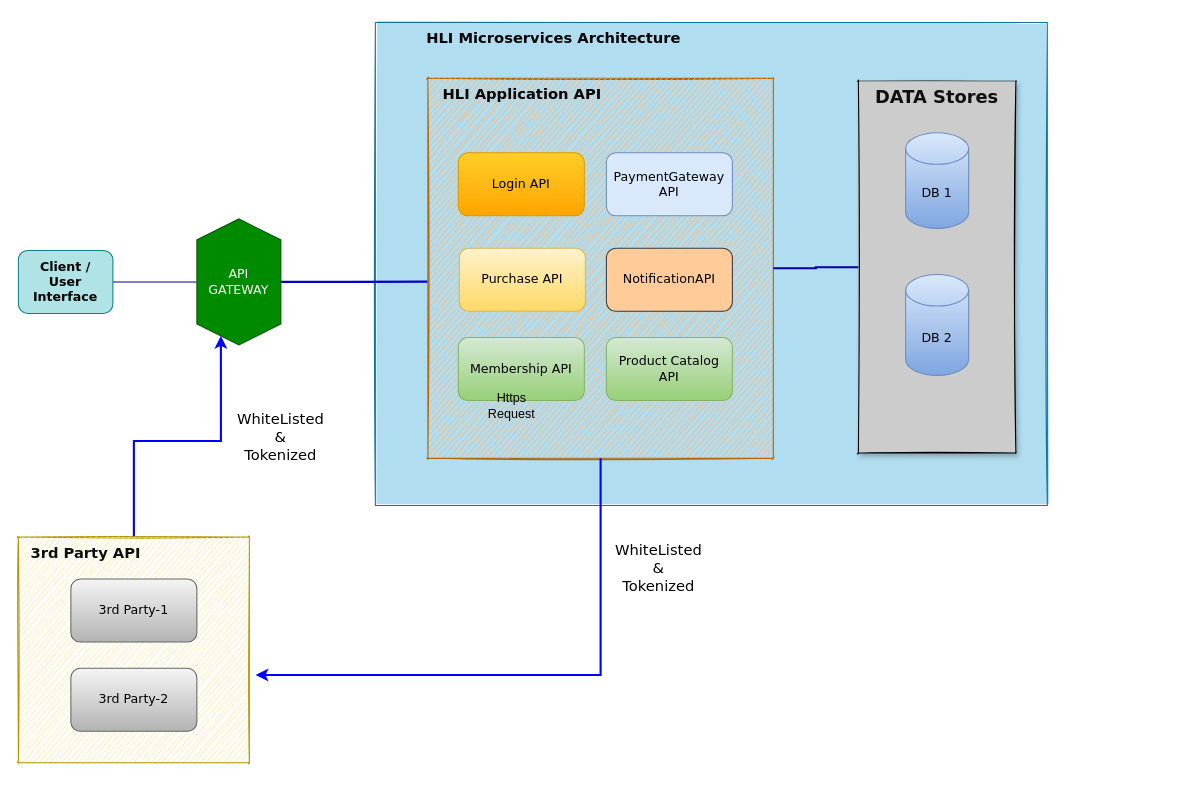
The draw.io diagram page "Microservice Design" (22 of 23) of datapool.drawio in gustianom/datapool, before the edit. Source tidied: cells renumbered, new cells numbered last; positions are measured from the earlier drawing's top-left corner, leaving out a move shared by most shapes. Both pictures are drawn from the tidied source at 105%, with x=0, y=0 at pixel (18, 22).
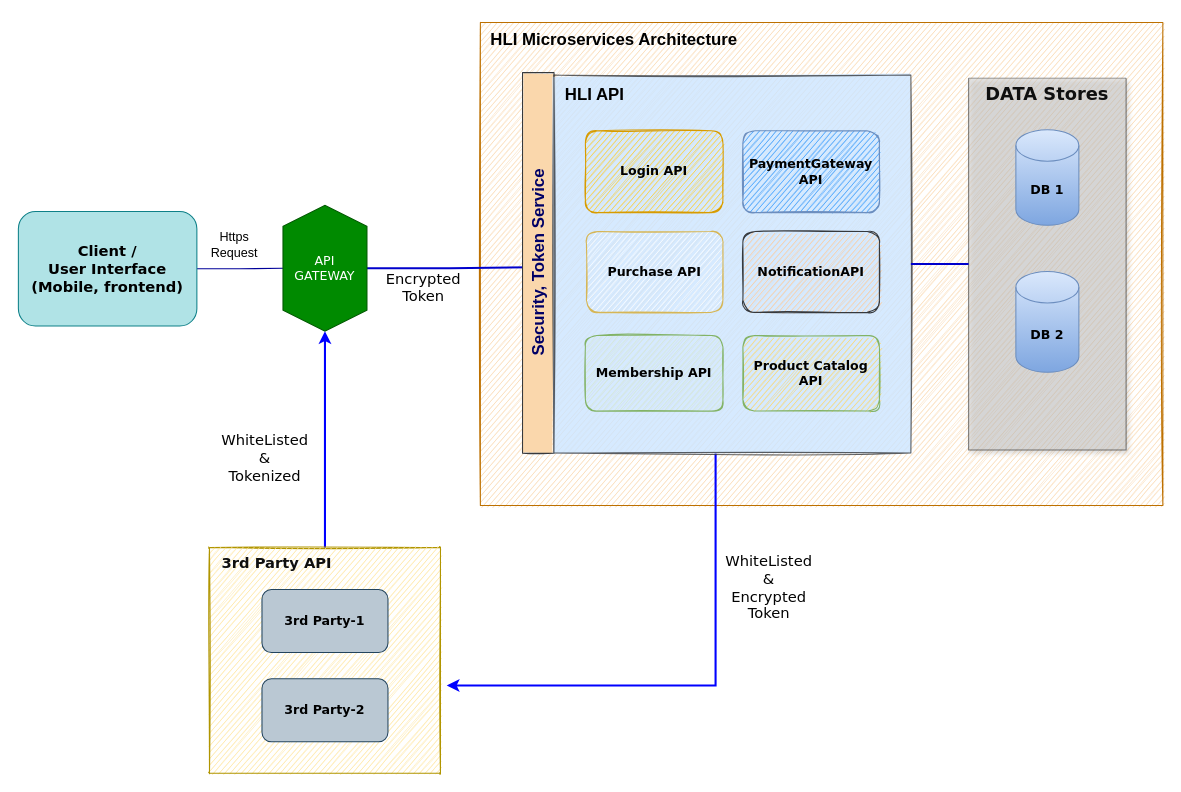
The same page after the edit.

What changed in the source:
```diff
@@
-    <mxCell id="2" style="rounded=0;whiteSpace=wrap;html=1;shadow=0;glass=0;sketch=1;fillStyle=solid;fontFamily=Verdana;fontSize=14;fillColor=#b1ddf0;strokeColor=#10739e;" parent="1" vertex="1">
-      <mxGeometry x="340" width="640" height="460" as="geometry" />
+    <mxCell id="2" style="rounded=0;whiteSpace=wrap;html=1;shadow=0;glass=0;sketch=1;fillStyle=auto;fontFamily=Verdana;fontSize=14;fillColor=#FAD7AC;strokeColor=#BD7000;fontColor=#000000;" parent="1" vertex="1">
+      <mxGeometry x="440" width="650" height="460" as="geometry" />
     </mxCell>
@@
-    <mxCell id="4" value="&lt;div&gt;Client / &lt;br&gt;&lt;/div&gt;&lt;div&gt;User Interface&lt;br&gt;&lt;/div&gt;" style="rounded=1;whiteSpace=wrap;html=1;fillColor=#b0e3e6;strokeColor=#0e8088;fontStyle=1;fontFamily=Verdana;" parent="1" vertex="1">
-      <mxGeometry y="217" width="90" height="60" as="geometry" />
+    <mxCell id="4" value="&lt;div style=&quot;font-size: 14px&quot;&gt;Client / &lt;br style=&quot;font-size: 14px&quot;&gt;&lt;/div&gt;&lt;div style=&quot;font-size: 14px&quot;&gt;User Interface&lt;/div&gt;&lt;div style=&quot;font-size: 14px&quot;&gt;(Mobile, frontend)&lt;/div&gt;" style="rounded=1;whiteSpace=wrap;html=1;fillColor=#b0e3e6;strokeColor=#0e8088;fontStyle=1;fontFamily=Verdana;fontSize=14;" parent="1" vertex="1">
+      <mxGeometry y="180" width="170" height="109" as="geometry" />
     </mxCell>
-    <mxCell id="5" style="edgeStyle=orthogonalEdgeStyle;rounded=0;jettySize=auto;html=1;entryX=0;entryY=0.535;entryDx=0;entryDy=0;entryPerimeter=0;fontFamily=Verdana;startArrow=none;startFill=0;endArrow=none;endFill=0;strokeWidth=2;verticalAlign=top;fillColor=#ffcd28;gradientColor=#ffa500;strokeColor=#0000CC;" parent="1" edge="1" source="6" target="14">
-      <mxGeometry relative="1" as="geometry" />
+    <mxCell id="5" style="edgeStyle=orthogonalEdgeStyle;rounded=0;jettySize=auto;html=1;fontFamily=Verdana;startArrow=none;startFill=0;endArrow=none;endFill=0;strokeWidth=2;verticalAlign=top;fillColor=#ffcd28;gradientColor=#ffa500;strokeColor=#0000CC;" parent="1" edge="1" source="6">
+      <mxGeometry relative="1" as="geometry">
+        <mxPoint x="490" y="233" as="targetPoint" />
+      </mxGeometry>
     </mxCell>
-    <mxCell id="6" value="&lt;div&gt;API &lt;br&gt;&lt;/div&gt;&lt;div&gt;GATEWAY&lt;br&gt;&lt;/div&gt;" style="shape=hexagon;perimeter=hexagonPerimeter2;whiteSpace=wrap;html=1;fixedSize=1;fillColor=#008a00;fontColor=#ffffff;strokeColor=#005700;fontFamily=Verdana;direction=south;" parent="1" vertex="1">
-      <mxGeometry x="170" y="187" width="80" height="120" as="geometry" />
+    <mxCell id="6" value="&lt;div&gt;API &lt;br&gt;&lt;/div&gt;&lt;div&gt;GATEWAY&lt;br&gt;&lt;/div&gt;" style="shape=hexagon;perimeter=hexagonPerimeter2;whiteSpace=wrap;html=1;fixedSize=1;fillColor=#008a00;fontColor=#ffffff;strokeColor=#005700;fontFamily=Verdana;direction=south;sketch=0;" parent="1" vertex="1">
+      <mxGeometry x="252" y="174" width="80" height="120" as="geometry" />
     </mxCell>
-    <mxCell id="7" style="edgeStyle=orthogonalEdgeStyle;rounded=0;jettySize=auto;html=1;entryX=1;entryY=0.75;entryDx=0;entryDy=0;fontFamily=Verdana;fontSize=14;fontColor=#030303;startArrow=none;startFill=0;endArrow=classic;endFill=1;strokeWidth=2;verticalAlign=top;strokeColor=#0000FF;" parent="1" edge="1" source="8" target="6">
+    <mxCell id="7" style="edgeStyle=orthogonalEdgeStyle;rounded=0;jettySize=auto;html=1;entryX=1;entryY=0.5;entryDx=0;entryDy=0;fontFamily=Verdana;fontSize=14;fontColor=#030303;startArrow=none;startFill=0;endArrow=classic;endFill=1;strokeWidth=2;verticalAlign=top;strokeColor=#0000FF;" parent="1" edge="1" source="8" target="6">
       <mxGeometry relative="1" as="geometry" />
     </mxCell>
     <mxCell id="8" value=" " style="swimlane;startSize=0;fontFamily=Verdana;sketch=1;rounded=1;shadow=0;fillColor=#e3c800;fontColor=#000000;strokeColor=#B09500;swimlaneFillColor=#FFE599;" parent="1" vertex="1">
-      <mxGeometry y="490" width="220" height="215" as="geometry" />
+      <mxGeometry x="182" y="500" width="220" height="215" as="geometry" />
     </mxCell>
-    <mxCell id="9" value="3rd Party-1" style="rounded=1;whiteSpace=wrap;html=1;fillColor=#f5f5f5;gradientColor=#b3b3b3;strokeColor=#666666;fontFamily=Verdana;" parent="8" vertex="1">
+    <mxCell id="9" value="3rd Party-1" style="rounded=1;whiteSpace=wrap;html=1;fillColor=#bac8d3;strokeColor=#23445d;fontFamily=Verdana;fontStyle=1;" parent="8" vertex="1">
       <mxGeometry x="50" y="40" width="120" height="60" as="geometry" />
     </mxCell>
-    <mxCell id="10" value="3rd Party-2" style="rounded=1;whiteSpace=wrap;html=1;fillColor=#f5f5f5;gradientColor=#b3b3b3;strokeColor=#666666;fontFamily=Verdana;" parent="8" vertex="1">
+    <mxCell id="10" value="3rd Party-2" style="rounded=1;whiteSpace=wrap;html=1;fillColor=#bac8d3;strokeColor=#23445d;fontFamily=Verdana;fontStyle=1;" parent="8" vertex="1">
       <mxGeometry x="50" y="125" width="120" height="60" as="geometry" />
     </mxCell>
@@
-    <mxCell id="12" style="swimlane;startSize=0;fontFamily=Verdana;fillColor=none;sketch=1;rounded=1;strokeColor=none;fillStyle=hachure;swimlaneFillColor=none;" parent="1" vertex="1">
-      <mxGeometry x="340" width="620" height="450" as="geometry" />
-    </mxCell>
-    <mxCell id="13" value="&lt;font style=&quot;font-size: 14px&quot;&gt;&lt;b&gt;&lt;font style=&quot;font-size: 14px&quot; color=&quot;#030303&quot;&gt;HLI Microservices Architecture&lt;br&gt;&lt;/font&gt;&lt;/b&gt;&lt;/font&gt;" style="text;html=1;strokeColor=none;fillColor=none;align=center;verticalAlign=middle;whiteSpace=wrap;rounded=0;shadow=1;glass=0;sketch=1;fillStyle=solid;fontFamily=Verdana;fontColor=#99FFFF;" parent="12" vertex="1">
-      <mxGeometry x="20" width="300" height="30" as="geometry" />
-    </mxCell>
-    <mxCell id="14" style="swimlane;startSize=0;fontFamily=Verdana;fillColor=#fad7ac;sketch=1;rounded=1;strokeColor=#b46504;swimlaneFillColor=#FFB570;" parent="12" vertex="1">
-      <mxGeometry x="50" y="53" width="329" height="362" as="geometry" />
-    </mxCell>
+    <mxCell id="27" value="WhiteListed &amp;amp; Encrypted Token" style="text;html=1;strokeColor=none;fillColor=none;align=center;verticalAlign=middle;whiteSpace=wrap;rounded=0;shadow=0;glass=0;labelBackgroundColor=none;sketch=0;fillStyle=zigzag;fontFamily=Verdana;fontSize=14;fontColor=#030303;" parent="1" vertex="1">
+      <mxGeometry x="680" y="520" width="70" height="35" as="geometry" />
+    </mxCell>
+    <mxCell id="28" style="edgeStyle=orthogonalEdgeStyle;rounded=0;jettySize=auto;html=1;fontFamily=Verdana;fontSize=14;fontColor=#030303;startArrow=classic;startFill=1;endArrow=none;endFill=0;strokeWidth=2;verticalAlign=top;exitX=1.027;exitY=0.611;exitDx=0;exitDy=0;exitPerimeter=0;strokeColor=#0000FF;entryX=0.453;entryY=1.001;entryDx=0;entryDy=0;entryPerimeter=0;" parent="1" edge="1" source="8" target="33">
+      <mxGeometry relative="1" as="geometry" />
+    </mxCell>
+    <mxCell id="29" value="WhiteListed &amp;amp; Tokenized" style="text;html=1;strokeColor=none;fillColor=none;align=center;verticalAlign=middle;whiteSpace=wrap;rounded=0;shadow=0;glass=0;labelBackgroundColor=none;sketch=0;fillStyle=zigzag;fontFamily=Verdana;fontSize=14;fontColor=#030303;" parent="1" vertex="1">
+      <mxGeometry x="205" y="400" width="60" height="30" as="geometry" />
+    </mxCell>
+    <mxCell id="30" value="Https Request" style="text;html=1;strokeColor=none;fillColor=none;align=center;verticalAlign=middle;whiteSpace=wrap;rounded=0;" parent="1" vertex="1">
+      <mxGeometry x="176" y="197" width="60" height="30" as="geometry" />
+    </mxCell>
+    <mxCell id="31" value="&lt;div&gt;Encrypted&lt;/div&gt;&lt;div&gt;Token&lt;/div&gt;" style="text;html=1;strokeColor=none;fillColor=none;align=center;verticalAlign=middle;whiteSpace=wrap;rounded=0;shadow=0;glass=0;labelBackgroundColor=none;sketch=0;fillStyle=zigzag;fontFamily=Verdana;fontSize=14;fontColor=#030303;" parent="1" vertex="1">
+      <mxGeometry x="356" y="237" width="60" height="30" as="geometry" />
+    </mxCell>
+    <mxCell id="32" value="&lt;div&gt;Security, Token Service&lt;br&gt;&lt;/div&gt;" style="rounded=0;whiteSpace=wrap;html=1;shadow=0;glass=0;sketch=1;fillStyle=solid;fontSize=16;fontColor=#000066;strokeColor=#36393D;fillColor=#FAD7AC;gradientColor=#FAD7AC;align=center;rotation=-90;fontStyle=1;" parent="1" vertex="1">
+      <mxGeometry x="313.9" y="213.9" width="362.5" height="30" as="geometry" />
+    </mxCell>
+    <mxCell id="33" style="rounded=0;whiteSpace=wrap;html=1;shadow=0;glass=0;sketch=1;fillStyle=solid;fontSize=16;strokeColor=#36393D;fillColor=#cce5ff;align=left;rotation=0;opacity=80;" parent="1" vertex="1">
+      <mxGeometry x="510" y="50" width="340" height="360" as="geometry" />
+    </mxCell>
-    <mxCell id="15" value="Login API" style="rounded=1;whiteSpace=wrap;html=1;fillColor=#ffcd28;gradientColor=#ffa500;strokeColor=#d79b00;fontFamily=Verdana;" parent="14" vertex="1">
-      <mxGeometry x="29" y="71" width="120" height="60" as="geometry" />
+    <mxCell id="15" value="Login API" style="rounded=1;whiteSpace=wrap;html=1;fillColor=#ffcd28;strokeColor=#d79b00;fontFamily=Verdana;fontStyle=1;sketch=1;" parent="1" vertex="1">
+      <mxGeometry x="540" y="103" width="131" height="78" as="geometry" />
     </mxCell>
-    <mxCell id="16" value="Purchase API" style="rounded=1;whiteSpace=wrap;html=1;fillColor=#fff2cc;gradientColor=#ffd966;strokeColor=#d6b656;fontFamily=Verdana;" parent="14" vertex="1">
-      <mxGeometry x="30" y="162" width="120" height="60" as="geometry" />
+    <mxCell id="16" value="Purchase API" style="rounded=1;whiteSpace=wrap;html=1;fillColor=default;strokeColor=#d6b656;fontFamily=Verdana;fontStyle=1;sketch=1;fillStyle=hachure;" parent="1" vertex="1">
+      <mxGeometry x="541" y="199" width="130" height="77" as="geometry" />
     </mxCell>
-    <mxCell id="17" value="PaymentGateway API" style="rounded=1;whiteSpace=wrap;html=1;fillColor=#dae8fc;strokeColor=#6c8ebf;fontFamily=Verdana;" parent="14" vertex="1">
-      <mxGeometry x="170" y="71" width="120" height="60" as="geometry" />
+    <mxCell id="17" value="PaymentGateway API" style="rounded=1;whiteSpace=wrap;html=1;fillColor=#3399FF;strokeColor=#6c8ebf;fontFamily=Verdana;fontStyle=1;sketch=1;" parent="1" vertex="1">
+      <mxGeometry x="690" y="103" width="130" height="78" as="geometry" />
     </mxCell>
-    <mxCell id="18" value="Membership API" style="rounded=1;whiteSpace=wrap;html=1;fillColor=#d5e8d4;gradientColor=#97d077;strokeColor=#82b366;fontFamily=Verdana;" parent="14" vertex="1">
-      <mxGeometry x="29" y="247" width="120" height="60" as="geometry" />
+    <mxCell id="18" value="Membership API" style="rounded=1;whiteSpace=wrap;html=1;fillColor=#d5e8d4;strokeColor=#82b366;fontFamily=Verdana;fontStyle=1;sketch=1;" parent="1" vertex="1">
+      <mxGeometry x="540" y="298" width="131" height="72" as="geometry" />
     </mxCell>
-    <mxCell id="19" value="&lt;font style=&quot;font-size: 14px&quot;&gt;&lt;b&gt;&lt;font style=&quot;font-size: 14px&quot; color=&quot;#030303&quot;&gt;HLI Application API&lt;br&gt;&lt;/font&gt;&lt;/b&gt;&lt;/font&gt;" style="text;html=1;strokeColor=none;fillColor=none;align=center;verticalAlign=middle;whiteSpace=wrap;rounded=0;shadow=1;glass=0;sketch=1;fillStyle=solid;fontFamily=Verdana;fontColor=#99FFFF;" parent="14" vertex="1">
-      <mxGeometry width="180" height="30" as="geometry" />
-    </mxCell>
-    <mxCell id="20" value="NotificationAPI" style="rounded=1;whiteSpace=wrap;html=1;fillColor=#ffcc99;strokeColor=#36393d;fontFamily=Verdana;" parent="14" vertex="1">
-      <mxGeometry x="170" y="162" width="120" height="60" as="geometry" />
+    <mxCell id="20" value="NotificationAPI" style="rounded=1;whiteSpace=wrap;html=1;fillColor=#ffcc99;strokeColor=#36393d;fontFamily=Verdana;fontStyle=1;sketch=1;" parent="1" vertex="1">
+      <mxGeometry x="690" y="199" width="130" height="77" as="geometry" />
     </mxCell>
-    <mxCell id="21" value="&lt;div&gt;Product Catalog&lt;/div&gt;&lt;div&gt;API&lt;br&gt;&lt;/div&gt;" style="rounded=1;whiteSpace=wrap;html=1;fillColor=#d5e8d4;gradientColor=#97d077;strokeColor=#82b366;fontFamily=Verdana;" parent="14" vertex="1">
-      <mxGeometry x="170" y="247" width="120" height="60" as="geometry" />
+    <mxCell id="21" value="&lt;div&gt;Product Catalog&lt;/div&gt;&lt;div&gt;API&lt;br&gt;&lt;/div&gt;" style="rounded=1;whiteSpace=wrap;html=1;fillColor=#FFD966;strokeColor=#82b366;fontFamily=Verdana;fontStyle=1;sketch=1;" parent="1" vertex="1">
+      <mxGeometry x="690" y="298" width="130" height="72" as="geometry" />
     </mxCell>
-    <mxCell id="22" style="swimlane;startSize=0;fontFamily=Verdana;fillColor=#00FF00;swimlaneFillColor=#CCCCCC;rounded=1;shadow=1;sketch=1;glass=0;swimlaneLine=1;fillStyle=solid;fontColor=#99FFFF;" parent="12" vertex="1">
-      <mxGeometry x="460" y="56" width="150" height="354" as="geometry" />
-    </mxCell>
+    <mxCell id="34" value="&amp;nbsp; HLI API" style="text;html=1;strokeColor=none;fillColor=none;align=left;verticalAlign=middle;whiteSpace=wrap;rounded=0;shadow=0;glass=0;sketch=1;fillStyle=solid;fontSize=16;fontColor=#000000;fontStyle=1;" parent="1" vertex="1">
+      <mxGeometry x="510" y="53" width="340" height="30" as="geometry" />
+    </mxCell>
+    <mxCell id="35" style="swimlane;startSize=0;fontFamily=Verdana;fillColor=#00FF00;swimlaneFillColor=#CCCCCC;rounded=1;shadow=1;sketch=0;glass=0;swimlaneLine=1;fillStyle=hachure;fontColor=#99FFFF;opacity=50;" parent="1" vertex="1">
+      <mxGeometry x="905" y="53" width="150" height="354" as="geometry" />
+    </mxCell>
-    <mxCell id="23" value="DB 1" style="shape=cylinder3;whiteSpace=wrap;html=1;boundedLbl=1;backgroundOutline=1;size=15;fillColor=#dae8fc;strokeColor=#6c8ebf;gradientColor=#7ea6e0;fontFamily=Verdana;" parent="22" vertex="1">
+    <mxCell id="23" value="DB 1" style="shape=cylinder3;whiteSpace=wrap;html=1;boundedLbl=1;backgroundOutline=1;size=15;fillColor=#dae8fc;strokeColor=#6c8ebf;gradientColor=#7ea6e0;fontFamily=Verdana;fontStyle=1;" parent="35" vertex="1">
       <mxGeometry x="45" y="49" width="60" height="91" as="geometry" />
     </mxCell>
-    <mxCell id="24" value="DB 2" style="shape=cylinder3;whiteSpace=wrap;html=1;boundedLbl=1;backgroundOutline=1;size=15;fillColor=#dae8fc;strokeColor=#6c8ebf;gradientColor=#7ea6e0;fontFamily=Verdana;" parent="22" vertex="1">
+    <mxCell id="24" value="DB 2" style="shape=cylinder3;whiteSpace=wrap;html=1;boundedLbl=1;backgroundOutline=1;size=15;fillColor=#dae8fc;strokeColor=#6c8ebf;gradientColor=#7ea6e0;fontFamily=Verdana;fontStyle=1;" parent="35" vertex="1">
       <mxGeometry x="45" y="184" width="60" height="96" as="geometry" />
     </mxCell>
-    <mxCell id="25" value="&lt;b&gt;&lt;font style=&quot;font-size: 17px&quot; color=&quot;#0F0F0F&quot;&gt;DATA Stores&lt;br&gt;&lt;/font&gt;&lt;/b&gt;" style="text;html=1;strokeColor=none;fillColor=none;align=center;verticalAlign=middle;whiteSpace=wrap;rounded=0;shadow=1;glass=0;sketch=1;fillStyle=solid;fontFamily=Verdana;fontColor=#99FFFF;" parent="22" vertex="1">
+    <mxCell id="25" value="&lt;b&gt;&lt;font style=&quot;font-size: 17px&quot; color=&quot;#0F0F0F&quot;&gt;DATA Stores&lt;br&gt;&lt;/font&gt;&lt;/b&gt;" style="text;html=1;strokeColor=none;fillColor=none;align=center;verticalAlign=middle;whiteSpace=wrap;rounded=0;shadow=1;glass=0;sketch=1;fillStyle=solid;fontFamily=Verdana;fontColor=#99FFFF;" parent="35" vertex="1">
       <mxGeometry x="10" width="130" height="30" as="geometry" />
     </mxCell>
-    <mxCell id="26" style="edgeStyle=orthogonalEdgeStyle;rounded=0;jettySize=auto;html=1;entryX=0;entryY=0.5;entryDx=0;entryDy=0;fontFamily=Verdana;startArrow=none;startFill=0;endArrow=none;endFill=0;strokeWidth=2;verticalAlign=top;fillColor=#ffcd28;gradientColor=#ffa500;strokeColor=#000099;" parent="12" edge="1" source="14" target="22">
-      <mxGeometry relative="1" as="geometry" />
-    </mxCell>
-    <mxCell id="27" value="WhiteListed &amp;amp; Tokenized" style="text;html=1;strokeColor=none;fillColor=none;align=center;verticalAlign=middle;whiteSpace=wrap;rounded=0;shadow=0;glass=0;labelBackgroundColor=none;sketch=0;fillStyle=zigzag;fontFamily=Verdana;fontSize=14;fontColor=#030303;" parent="1" vertex="1">
-      <mxGeometry x="580" y="505" width="60" height="30" as="geometry" />
-    </mxCell>
-    <mxCell id="28" style="edgeStyle=orthogonalEdgeStyle;rounded=0;jettySize=auto;html=1;fontFamily=Verdana;fontSize=14;fontColor=#030303;startArrow=classic;startFill=1;endArrow=none;endFill=0;strokeWidth=2;verticalAlign=top;exitX=1.027;exitY=0.611;exitDx=0;exitDy=0;exitPerimeter=0;strokeColor=#0000FF;" parent="1" edge="1" source="8" target="14">
-      <mxGeometry relative="1" as="geometry" />
-    </mxCell>
-    <mxCell id="29" value="WhiteListed &amp;amp; Tokenized" style="text;html=1;strokeColor=none;fillColor=none;align=center;verticalAlign=middle;whiteSpace=wrap;rounded=0;shadow=0;glass=0;labelBackgroundColor=none;sketch=0;fillStyle=zigzag;fontFamily=Verdana;fontSize=14;fontColor=#030303;" parent="1" vertex="1">
-      <mxGeometry x="220" y="380" width="60" height="30" as="geometry" />
-    </mxCell>
-    <mxCell id="30" value="Https Request" style="text;html=1;strokeColor=none;fillColor=none;align=center;verticalAlign=middle;whiteSpace=wrap;rounded=0;" parent="1" vertex="1">
-      <mxGeometry x="440" y="350" width="60" height="30" as="geometry" />
-    </mxCell>
+    <mxCell id="13" value="HLI Microservices Architecture" style="text;html=1;strokeColor=none;fillColor=none;align=left;verticalAlign=middle;whiteSpace=wrap;rounded=0;shadow=0;glass=0;sketch=1;fillStyle=solid;fontSize=16;fontColor=#000000;fontStyle=1;" parent="1" vertex="1">
+      <mxGeometry x="448" y="1" width="340" height="30" as="geometry" />
+    </mxCell>
+    <mxCell id="36" style="edgeStyle=orthogonalEdgeStyle;rounded=0;jettySize=auto;html=1;fontFamily=Verdana;startArrow=none;startFill=0;endArrow=none;endFill=0;strokeWidth=2;verticalAlign=top;fillColor=#ffcd28;gradientColor=#ffa500;strokeColor=#0000CC;exitX=1;exitY=0.5;exitDx=0;exitDy=0;entryX=0;entryY=0.5;entryDx=0;entryDy=0;" parent="1" edge="1" source="33" target="35">
+      <mxGeometry relative="1" as="geometry" />
+    </mxCell>
```
